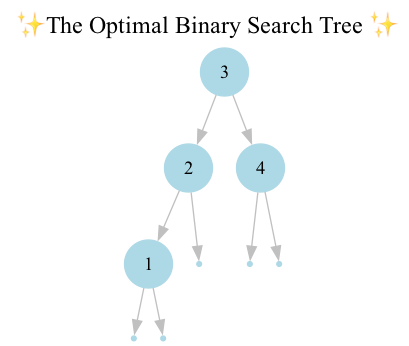
Earlier version of the Graphviz export obst.png (SharQawyCS/Optimal-Binary-Search-Tree). Its source is kept beside it as obst.dot.
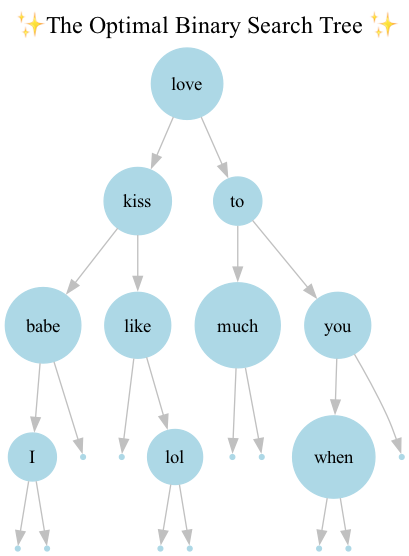
Above is the later version.

What changed in the source:
```diff
@@ -5,17 +5,35 @@
 node [shape=circle, style=filled, color=lightblue, fontcolor=black, fontsize=14;
 ];
 edge [color=gray];
-  "3" -> "2";
-  "2" -> "1";
+  "love" -> "kiss";
+  "kiss" -> "babe";
+  "babe" -> "I";
   null0 [shape=point];
-  "1" -> null0;
+  "I" -> null0;
   null1 [shape=point];
-  "1" -> null1;
+  "I" -> null1;
   null2 [shape=point];
-  "2" -> null2;
-  "3" -> "4";
+  "babe" -> null2;
+  "kiss" -> "like";
   null3 [shape=point];
-  "4" -> null3;
+  "like" -> null3;
+  "like" -> "lol";
   null4 [shape=point];
-  "4" -> null4;
+  "lol" -> null4;
+  null5 [shape=point];
+  "lol" -> null5;
+  "love" -> "to";
+  "to" -> "much";
+  null6 [shape=point];
+  "much" -> null6;
+  null7 [shape=point];
+  "much" -> null7;
+  "to" -> "you";
+  "you" -> "when";
+  null8 [shape=point];
+  "when" -> null8;
+  null9 [shape=point];
+  "when" -> null9;
+  null10 [shape=point];
+  "you" -> null10;
 }
```
